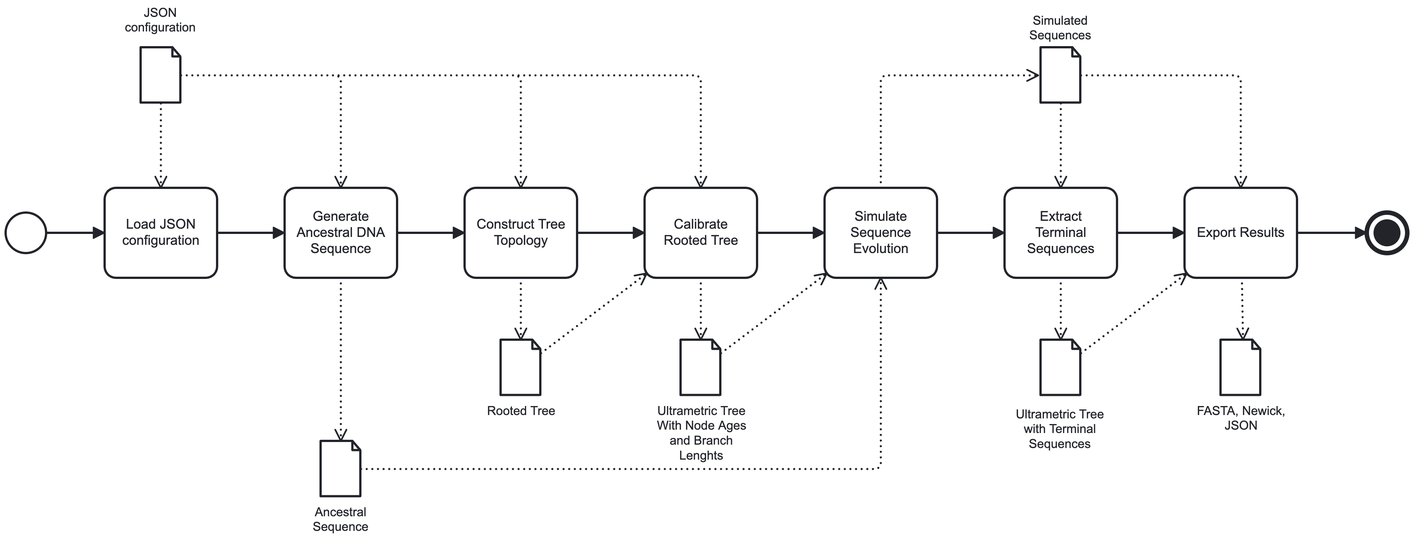
davewalker5/MolecularClockSimulation keeps this BPMN diagram as diagrams/strict-clock-workflow.png. Above is the earlier version. Its source is kept beside it as diagrams/strict-clock-workflow.bpmn. Ids are renumbered.
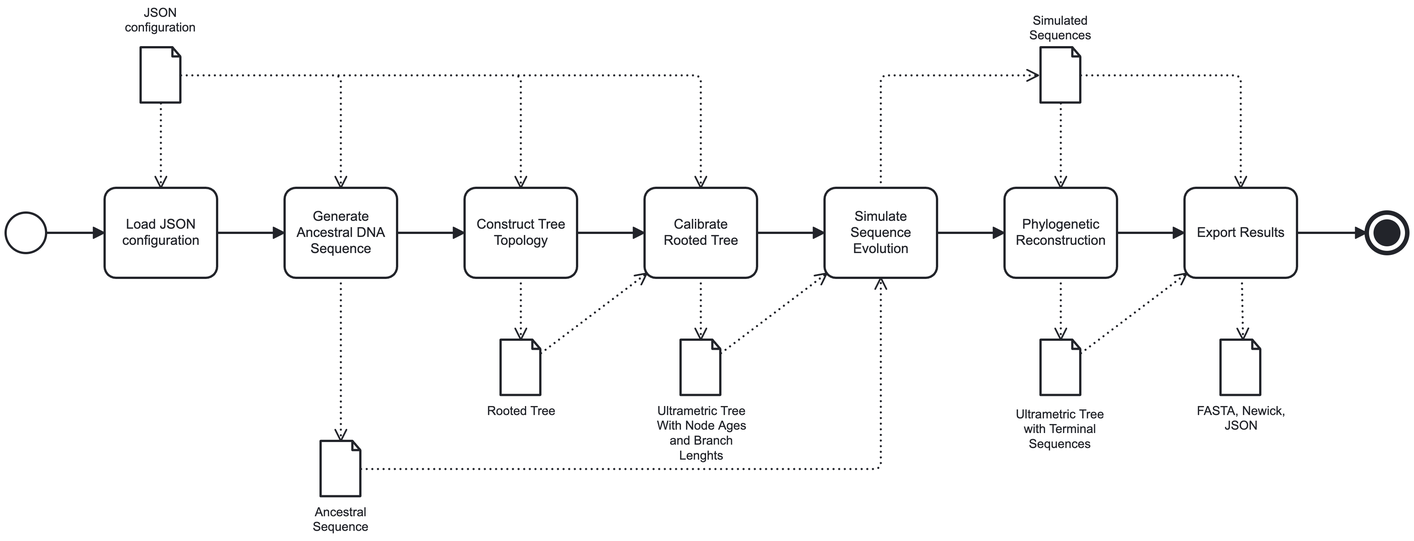
The same diagram one commit later.

Commit message:
Fixup incorrect data flow in workflow diagrams

Diff of the diagram source:
```diff
@@ -77,7 +77,7 @@
       </bpmn:dataOutputAssociation>
     </bpmn:task>
     <bpmn:sequenceFlow id="Flow_n24" sourceRef="Activity_n23" targetRef="Activity_n30" />
-    <bpmn:task id="Activity_n37" name="Extract Terminal Sequences">
+    <bpmn:task id="Activity_n37" name="Phylogenetic Reconstruction">
       <bpmn:incoming>Flow_n31</bpmn:incoming>
       <bpmn:outgoing>Flow_n38</bpmn:outgoing>
       <bpmn:property id="Property_n39" name="__targetRef_placeholder" />
```
